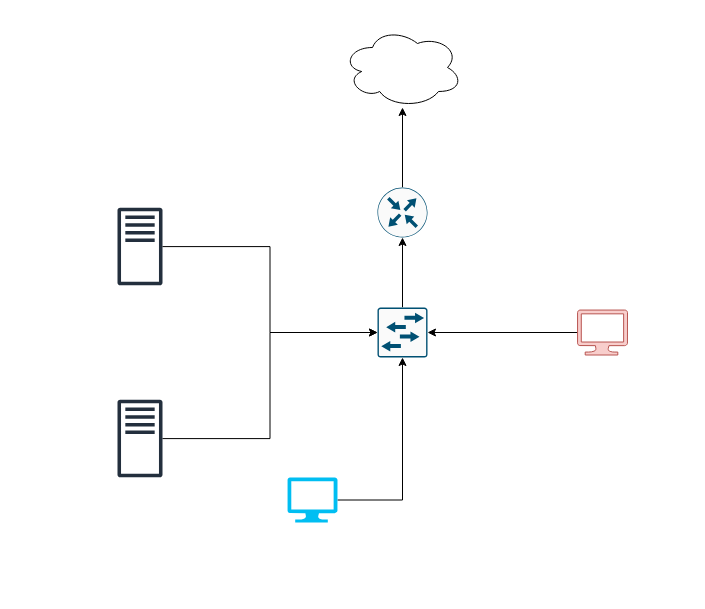
Before: Untitled Diagram.drawio in hackingprincesa/Active-Directory-Lab, a draw.io diagram. Source tidied: cells renumbered, new cells numbered last; positions are measured from the earlier drawing's top-left corner, leaving out a move shared by most shapes. Both pictures are drawn from the tidied source at 100%, with x=0, y=0 at pixel (117, 27).
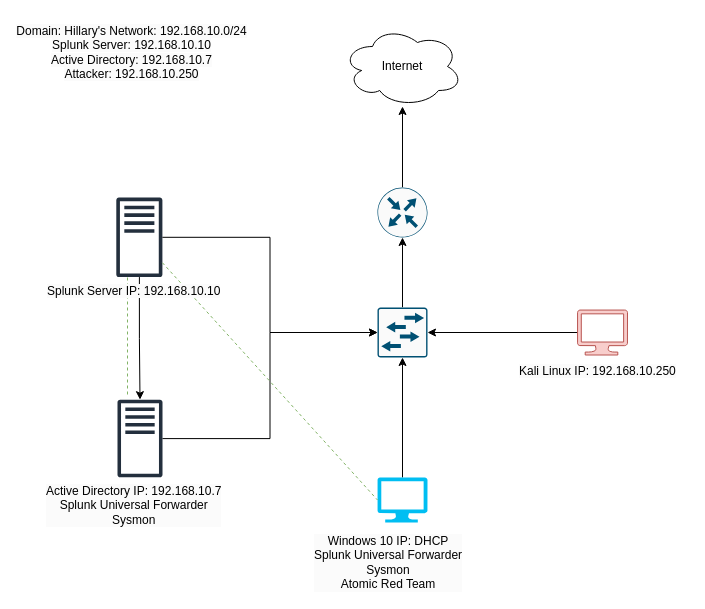
After the change.

Unchanged cells that the change refers to:
```xml
<mxCell id="7" style="sketch=0;outlineConnect=0;fontColor=#232F3E;gradientColor=none;fillColor=#232F3D;strokeColor=none;dashed=0;verticalLabelPosition=bottom;verticalAlign=top;align=center;html=1;fontSize=12;fontStyle=0;shape=mxgraph.aws4.traditional_server;" parent="1" vertex="1">
  <mxGeometry y="372" width="45" height="78" as="geometry" />
</mxCell>
```

Diff of the diagram source:
```diff
@@
-<mxGraphModel>
+<mxGraphModel background="#FFFFFF">
@@
+    <mxCell id="15" style="edgeStyle=orthogonalEdgeStyle;rounded=0;jettySize=auto;html=1;" parent="1" edge="1" source="2" target="7">
+      <mxGeometry relative="1" as="geometry" />
+    </mxCell>
+    <mxCell id="16" style="rounded=0;orthogonalLoop=1;jettySize=auto;html=1;dashed=1;fillColor=#d5e8d4;strokeColor=#82b366;endArrow=none;endFill=0;" parent="1" edge="1">
+      <mxGeometry relative="1" as="geometry">
+        <mxPoint x="10" y="250" as="sourcePoint" />
+        <mxPoint x="10" y="370" as="targetPoint" />
+        <Array as="points">
+          <mxPoint x="10" y="310" />
+        </Array>
+      </mxGeometry>
+    </mxCell>
     <mxCell id="2" style="sketch=0;outlineConnect=0;fontColor=#232F3E;gradientColor=none;fillColor=#232F3D;strokeColor=none;dashed=0;verticalLabelPosition=bottom;verticalAlign=top;align=center;html=1;fontSize=12;fontStyle=0;shape=mxgraph.aws4.traditional_server;" parent="1" vertex="1">
-      <mxGeometry y="180" width="45" height="78" as="geometry" />
+      <mxGeometry x="-1.2" y="169.8" width="46.1" height="80" as="geometry" />
     </mxCell>
@@
     <mxCell id="6" style="verticalLabelPosition=bottom;html=1;verticalAlign=top;align=center;strokeColor=none;fillColor=#00BEF2;shape=mxgraph.azure.computer;" parent="1" vertex="1">
-      <mxGeometry x="170" y="450" width="50" height="45" as="geometry" />
+      <mxGeometry x="260" y="450" width="50" height="45" as="geometry" />
     </mxCell>
@@
-    <mxCell id="8" style="ellipse;shape=cloud;whiteSpace=wrap;html=1;" parent="1" vertex="1">
-      <mxGeometry x="225" width="120" height="80" as="geometry" />
+    <mxCell id="8" value="Internet" style="ellipse;shape=cloud;whiteSpace=wrap;html=1;textShadow=0;" parent="1" vertex="1">
+      <mxGeometry x="225" y="-1" width="120" height="80" as="geometry" />
     </mxCell>
@@
+    <mxCell id="17" value="&lt;span style=&quot;color: rgb(0, 0, 0); font-family: Helvetica; font-size: 12px; font-style: normal; font-variant-ligatures: normal; font-variant-caps: normal; font-weight: 400; letter-spacing: normal; orphans: 2; text-indent: 0px; text-transform: none; widows: 2; word-spacing: 0px; -webkit-text-stroke-width: 0px; white-space: nowrap; background-color: rgb(251, 251, 251); text-decoration-thickness: initial; text-decoration-style: initial; text-decoration-color: initial; float: none; display: inline !important;&quot;&gt;Domain: Hillary's Network: 192.168.10.0/24&lt;/span&gt;&lt;div&gt;&lt;span style=&quot;color: rgb(0, 0, 0); font-family: Helvetica; font-size: 12px; font-style: normal; font-variant-ligatures: normal; font-variant-caps: normal; font-weight: 400; letter-spacing: normal; orphans: 2; text-indent: 0px; text-transform: none; widows: 2; word-spacing: 0px; -webkit-text-stroke-width: 0px; white-space: nowrap; background-color: rgb(251, 251, 251); text-decoration-thickness: initial; text-decoration-style: initial; text-decoration-color: initial; float: none; display: inline !important;&quot;&gt;Splunk Server: 192.168.10.10&lt;/span&gt;&lt;/div&gt;&lt;div&gt;&lt;span style=&quot;color: rgb(0, 0, 0); font-family: Helvetica; font-size: 12px; font-style: normal; font-variant-ligatures: normal; font-variant-caps: normal; font-weight: 400; letter-spacing: normal; orphans: 2; text-indent: 0px; text-transform: none; widows: 2; word-spacing: 0px; -webkit-text-stroke-width: 0px; white-space: nowrap; background-color: rgb(251, 251, 251); text-decoration-thickness: initial; text-decoration-style: initial; text-decoration-color: initial; float: none; display: inline !important;&quot;&gt;Active Directory: 192.168.10.7&lt;/span&gt;&lt;/div&gt;&lt;div&gt;&lt;span style=&quot;color: rgb(0, 0, 0); font-family: Helvetica; font-size: 12px; font-style: normal; font-variant-ligatures: normal; font-variant-caps: normal; font-weight: 400; letter-spacing: normal; orphans: 2; text-indent: 0px; text-transform: none; widows: 2; word-spacing: 0px; -webkit-text-stroke-width: 0px; white-space: nowrap; background-color: rgb(251, 251, 251); text-decoration-thickness: initial; text-decoration-style: initial; text-decoration-color: initial; float: none; display: inline !important;&quot;&gt;Attacker: 192.168.10.250&lt;/span&gt;&lt;/div&gt;&lt;div&gt;&lt;span style=&quot;color: rgb(0, 0, 0); font-family: Helvetica; font-size: 12px; font-style: normal; font-variant-ligatures: normal; font-variant-caps: normal; font-weight: 400; letter-spacing: normal; orphans: 2; text-indent: 0px; text-transform: none; widows: 2; word-spacing: 0px; -webkit-text-stroke-width: 0px; white-space: nowrap; background-color: rgb(251, 251, 251); text-decoration-thickness: initial; text-decoration-style: initial; text-decoration-color: initial; float: none; display: inline !important;&quot;&gt;&lt;br&gt;&lt;/span&gt;&lt;/div&gt;" style="text;whiteSpace=wrap;html=1;align=center;" parent="1" vertex="1">
+      <mxGeometry x="-100" y="-10" width="229" height="70" as="geometry" />
+    </mxCell>
+    <mxCell id="18" style="rounded=0;jettySize=auto;html=1;entryX=0;entryY=0.5;entryDx=0;entryDy=0;entryPerimeter=0;dashed=1;endArrow=none;endFill=0;fillColor=#d5e8d4;strokeColor=#82b366;" parent="1" edge="1" source="2" target="6">
+      <mxGeometry relative="1" as="geometry" />
+    </mxCell>
+    <mxCell id="19" value="&lt;div style=&quot;forced-color-adjust: none; color: rgb(0, 0, 0); font-family: Helvetica; font-size: 12px; font-style: normal; font-variant-ligatures: normal; font-variant-caps: normal; font-weight: 400; letter-spacing: normal; orphans: 2; text-align: left; text-indent: 0px; text-transform: none; widows: 2; word-spacing: 0px; -webkit-text-stroke-width: 0px; white-space: normal; background-color: rgb(251, 251, 251); text-decoration-thickness: initial; text-decoration-style: initial; text-decoration-color: initial;&quot;&gt;&lt;span style=&quot;background-color: light-dark(rgb(251, 251, 251), rgb(21, 21, 21)); color: light-dark(rgb(0, 0, 0), rgb(237, 237, 237)); text-align: center; text-wrap: nowrap;&quot;&gt;Active Directory IP: 192.168.10.7&lt;/span&gt;&lt;br&gt;&lt;/div&gt;&lt;div style=&quot;text-align: center; forced-color-adjust: none; color: rgb(0, 0, 0); font-family: Helvetica; font-size: 12px; font-style: normal; font-variant-ligatures: normal; font-variant-caps: normal; font-weight: 400; letter-spacing: normal; orphans: 2; text-indent: 0px; text-transform: none; widows: 2; word-spacing: 0px; -webkit-text-stroke-width: 0px; white-space: normal; background-color: rgb(251, 251, 251); text-decoration-thickness: initial; text-decoration-style: initial; text-decoration-color: initial;&quot;&gt;&lt;span style=&quot;background-color: light-dark(rgb(251, 251, 251), rgb(21, 21, 21)); color: light-dark(rgb(0, 0, 0), rgb(237, 237, 237)); text-wrap: nowrap;&quot;&gt;Splunk Universal Forwarder&lt;/span&gt;&lt;/div&gt;&lt;div style=&quot;text-align: center; forced-color-adjust: none; color: rgb(0, 0, 0); font-family: Helvetica; font-size: 12px; font-style: normal; font-variant-ligatures: normal; font-variant-caps: normal; font-weight: 400; letter-spacing: normal; orphans: 2; text-indent: 0px; text-transform: none; widows: 2; word-spacing: 0px; -webkit-text-stroke-width: 0px; white-space: normal; background-color: rgb(251, 251, 251); text-decoration-thickness: initial; text-decoration-style: initial; text-decoration-color: initial;&quot;&gt;&lt;span style=&quot;background-color: light-dark(rgb(251, 251, 251), rgb(21, 21, 21)); color: light-dark(rgb(0, 0, 0), rgb(237, 237, 237)); text-wrap: nowrap;&quot;&gt;Sysmon&lt;/span&gt;&lt;/div&gt;" style="text;whiteSpace=wrap;html=1;" parent="1" vertex="1">
+      <mxGeometry x="-73.1" y="450" width="190" height="50" as="geometry" />
+    </mxCell>
+    <mxCell id="20" value="&lt;div style=&quot;text-align: center; forced-color-adjust: none; color: rgb(0, 0, 0); font-family: Helvetica; font-size: 12px; font-style: normal; font-variant-ligatures: normal; font-variant-caps: normal; font-weight: 400; letter-spacing: normal; orphans: 2; text-indent: 0px; text-transform: none; widows: 2; word-spacing: 0px; -webkit-text-stroke-width: 0px; white-space: normal; background-color: rgb(251, 251, 251); text-decoration-thickness: initial; text-decoration-style: initial; text-decoration-color: initial;&quot;&gt;&lt;span style=&quot;forced-color-adjust: none; color: rgb(0, 0, 0); font-family: Helvetica; font-size: 12px; font-style: normal; font-variant-ligatures: normal; font-variant-caps: normal; font-weight: 400; letter-spacing: normal; orphans: 2; text-indent: 0px; text-transform: none; widows: 2; word-spacing: 0px; -webkit-text-stroke-width: 0px; white-space: nowrap; background-color: rgb(251, 251, 251); text-decoration-thickness: initial; text-decoration-style: initial; text-decoration-color: initial; float: none; display: inline !important;&quot;&gt;Splunk Server IP: 192.168.10.10&lt;/span&gt;&lt;/div&gt;" style="text;whiteSpace=wrap;html=1;" parent="1" vertex="1">
+      <mxGeometry x="-72.5" y="249.8" width="172.5" height="40.2" as="geometry" />
+    </mxCell>
+    <mxCell id="21" value="&lt;div style=&quot;text-align: center; forced-color-adjust: none; color: rgb(0, 0, 0); font-family: Helvetica; font-size: 12px; font-style: normal; font-variant-ligatures: normal; font-variant-caps: normal; font-weight: 400; letter-spacing: normal; orphans: 2; text-indent: 0px; text-transform: none; widows: 2; word-spacing: 0px; -webkit-text-stroke-width: 0px; white-space: normal; background-color: rgb(251, 251, 251); text-decoration-thickness: initial; text-decoration-style: initial; text-decoration-color: initial;&quot;&gt;&lt;span style=&quot;forced-color-adjust: none; color: rgb(0, 0, 0); font-family: Helvetica; font-size: 12px; font-style: normal; font-variant-ligatures: normal; font-variant-caps: normal; font-weight: 400; letter-spacing: normal; orphans: 2; text-indent: 0px; text-transform: none; widows: 2; word-spacing: 0px; -webkit-text-stroke-width: 0px; white-space: nowrap; background-color: rgb(251, 251, 251); text-decoration-thickness: initial; text-decoration-style: initial; text-decoration-color: initial; float: none; display: inline !important;&quot;&gt;Kali Linux IP: 192.168.10.250&lt;/span&gt;&lt;/div&gt;" style="text;whiteSpace=wrap;html=1;" parent="1" vertex="1">
+      <mxGeometry x="400" y="330" width="170" height="50" as="geometry" />
+    </mxCell>
+    <mxCell id="22" value="&lt;div style=&quot;forced-color-adjust: none; color: rgb(0, 0, 0); font-family: Helvetica; font-size: 12px; font-style: normal; font-variant-ligatures: normal; font-variant-caps: normal; font-weight: 400; letter-spacing: normal; orphans: 2; text-indent: 0px; text-transform: none; widows: 2; word-spacing: 0px; -webkit-text-stroke-width: 0px; white-space: normal; text-decoration-thickness: initial; text-decoration-style: initial; text-decoration-color: initial; text-align: center; background-color: rgb(251, 251, 251);&quot;&gt;&lt;span style=&quot;forced-color-adjust: none; background-color: light-dark(rgb(251, 251, 251), rgb(21, 21, 21)); color: light-dark(rgb(0, 0, 0), rgb(237, 237, 237)); text-wrap: nowrap;&quot;&gt;Windows 10 IP: DHCP&lt;/span&gt;&lt;/div&gt;&lt;div style=&quot;forced-color-adjust: none; color: rgb(0, 0, 0); font-family: Helvetica; font-size: 12px; font-style: normal; font-variant-ligatures: normal; font-variant-caps: normal; font-weight: 400; letter-spacing: normal; orphans: 2; text-indent: 0px; text-transform: none; widows: 2; word-spacing: 0px; -webkit-text-stroke-width: 0px; white-space: normal; text-decoration-thickness: initial; text-decoration-style: initial; text-decoration-color: initial; text-align: center; background-color: rgb(251, 251, 251);&quot;&gt;&lt;span style=&quot;forced-color-adjust: none; background-color: light-dark(rgb(251, 251, 251), rgb(21, 21, 21)); color: light-dark(rgb(0, 0, 0), rgb(237, 237, 237)); text-wrap: nowrap;&quot;&gt;Splunk Universal Forwarder&lt;/span&gt;&lt;/div&gt;&lt;div style=&quot;forced-color-adjust: none; color: rgb(0, 0, 0); font-family: Helvetica; font-size: 12px; font-style: normal; font-variant-ligatures: normal; font-variant-caps: normal; font-weight: 400; letter-spacing: normal; orphans: 2; text-indent: 0px; text-transform: none; widows: 2; word-spacing: 0px; -webkit-text-stroke-width: 0px; white-space: normal; text-decoration-thickness: initial; text-decoration-style: initial; text-decoration-color: initial; text-align: center; background-color: rgb(251, 251, 251);&quot;&gt;&lt;span style=&quot;forced-color-adjust: none; background-color: light-dark(rgb(251, 251, 251), rgb(21, 21, 21)); color: light-dark(rgb(0, 0, 0), rgb(237, 237, 237)); text-wrap: nowrap;&quot;&gt;Sysmon&lt;/span&gt;&lt;/div&gt;&lt;div style=&quot;forced-color-adjust: none; color: rgb(0, 0, 0); font-family: Helvetica; font-size: 12px; font-style: normal; font-variant-ligatures: normal; font-variant-caps: normal; font-weight: 400; letter-spacing: normal; orphans: 2; text-indent: 0px; text-transform: none; widows: 2; word-spacing: 0px; -webkit-text-stroke-width: 0px; white-space: normal; text-decoration-thickness: initial; text-decoration-style: initial; text-decoration-color: initial; text-align: center; background-color: rgb(251, 251, 251);&quot;&gt;&lt;span style=&quot;forced-color-adjust: none; background-color: light-dark(rgb(251, 251, 251), rgb(21, 21, 21)); color: light-dark(rgb(0, 0, 0), rgb(237, 237, 237)); text-wrap: nowrap;&quot;&gt;Atomic Red Team&lt;/span&gt;&lt;/div&gt;" style="text;whiteSpace=wrap;html=1;" parent="1" vertex="1">
+      <mxGeometry x="195" y="500" width="180" height="50" as="geometry" />
+    </mxCell>
```
